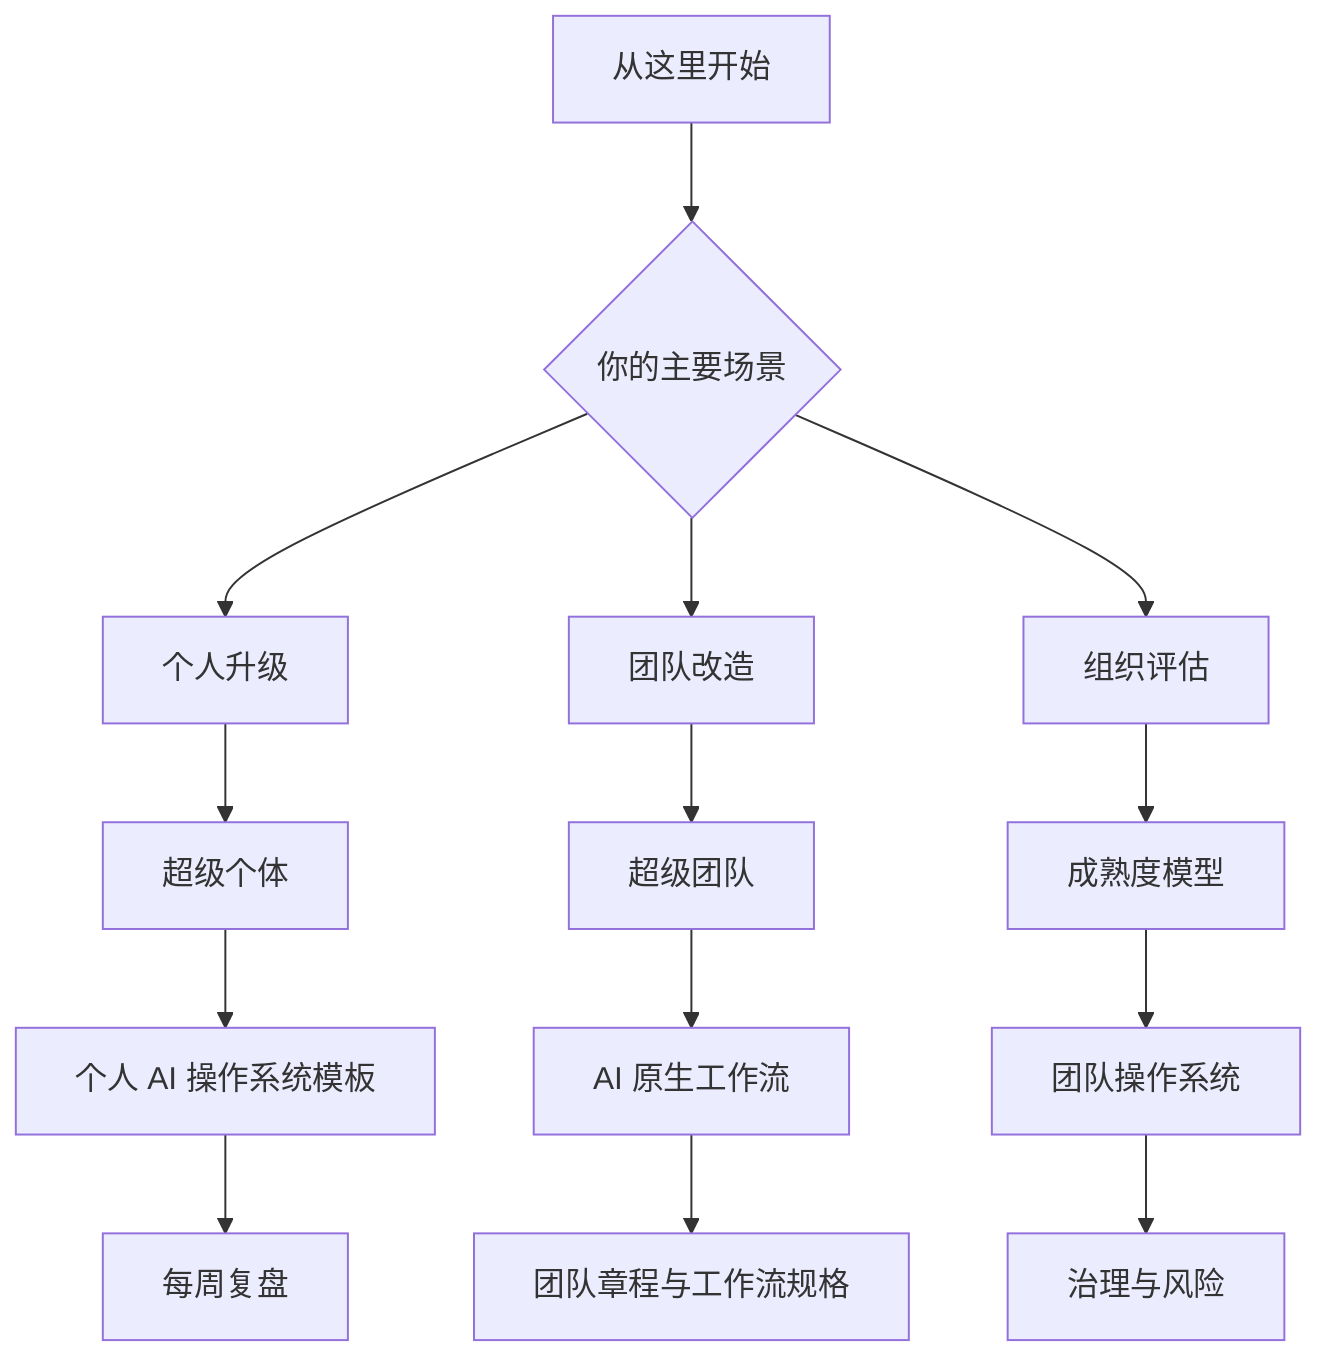
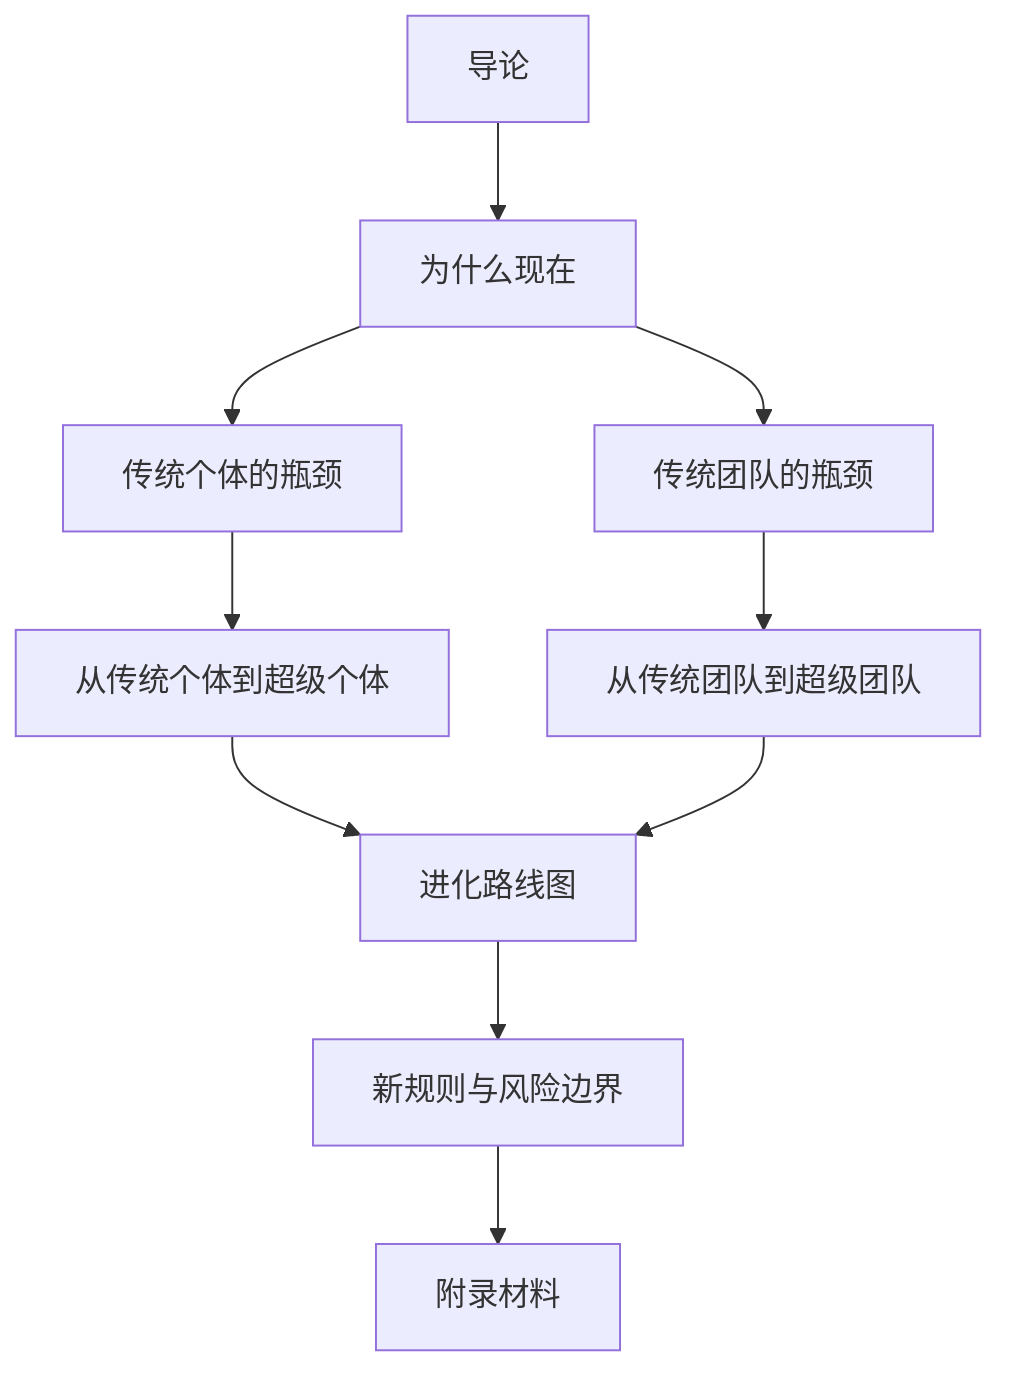
flowchart TD
-     A["从这里开始"] --> B{"你的主要场景"}
-     B --> C["个人升级"]
-     B --> D["团队改造"]
-     B --> E["组织评估"]
-     C --> C1["超级个体"]
-     C1 --> C2["个人 AI 操作系统模板"]
-     C2 --> C3["每周复盘"]
-     D --> D1["超级团队"]
-     D1 --> D2["AI 原生工作流"]
-     D2 --> D3["团队章程与工作流规格"]
-     E --> E1["成熟度模型"]
-     E1 --> E2["团队操作系统"]
-     E2 --> E3["治理与风险"]
+     A["导论"] --> B["为什么现在"]
+     B --> C["传统个体的瓶颈"]
+     C --> D["从传统个体到超级个体"]
+     B --> E["传统团队的瓶颈"]
+     E --> F["从传统团队到超级团队"]
+     D --> G["进化路线图"]
+     F --> G
+     G --> H["新规则与风险边界"]
+     H --> I["附录材料"]

